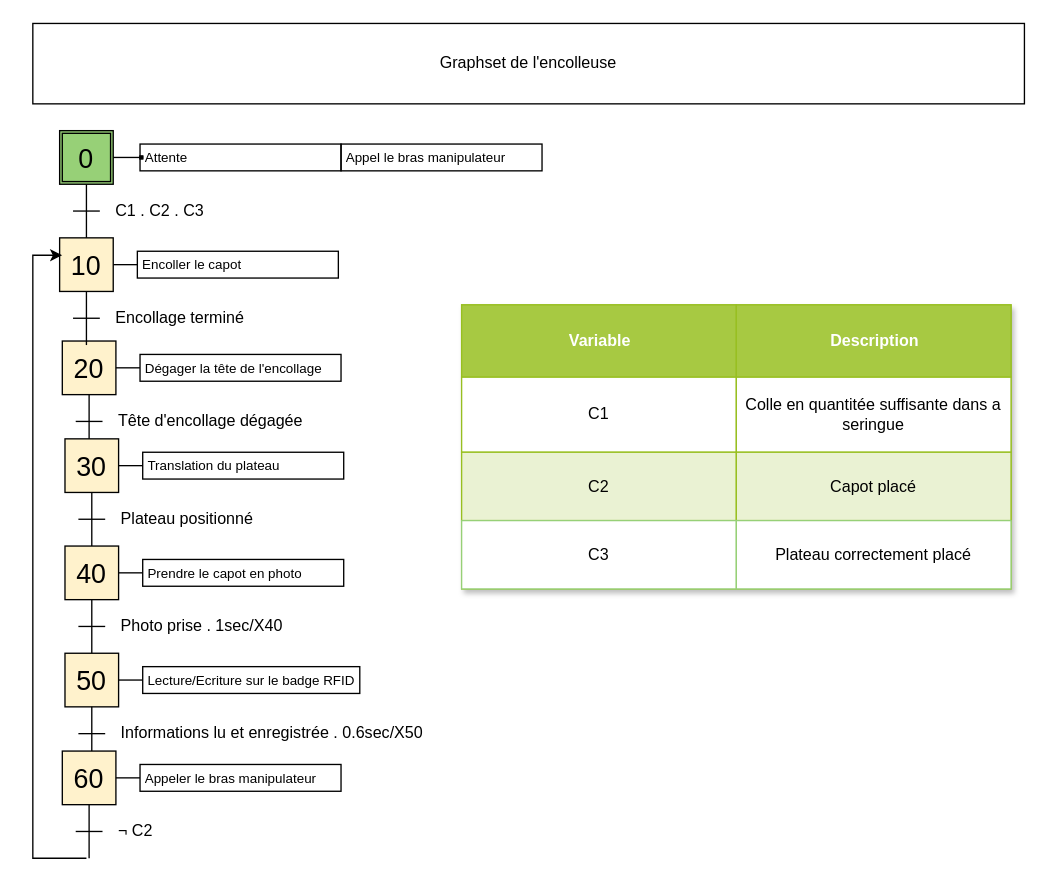
Before: PDCA5 (AUTOMATISATION-ERGONOMIE)/GRAFCET/GrafcetEncolleuse.drawio in CharifMah/Systemes_automatises, a draw.io diagram. Source tidied: cells renumbered, new cells numbered last; positions are measured from the earlier drawing's top-left corner, leaving out a move shared by most shapes. Both pictures are drawn from the tidied source at 134%, with x=0, y=0 at pixel (32, 23).
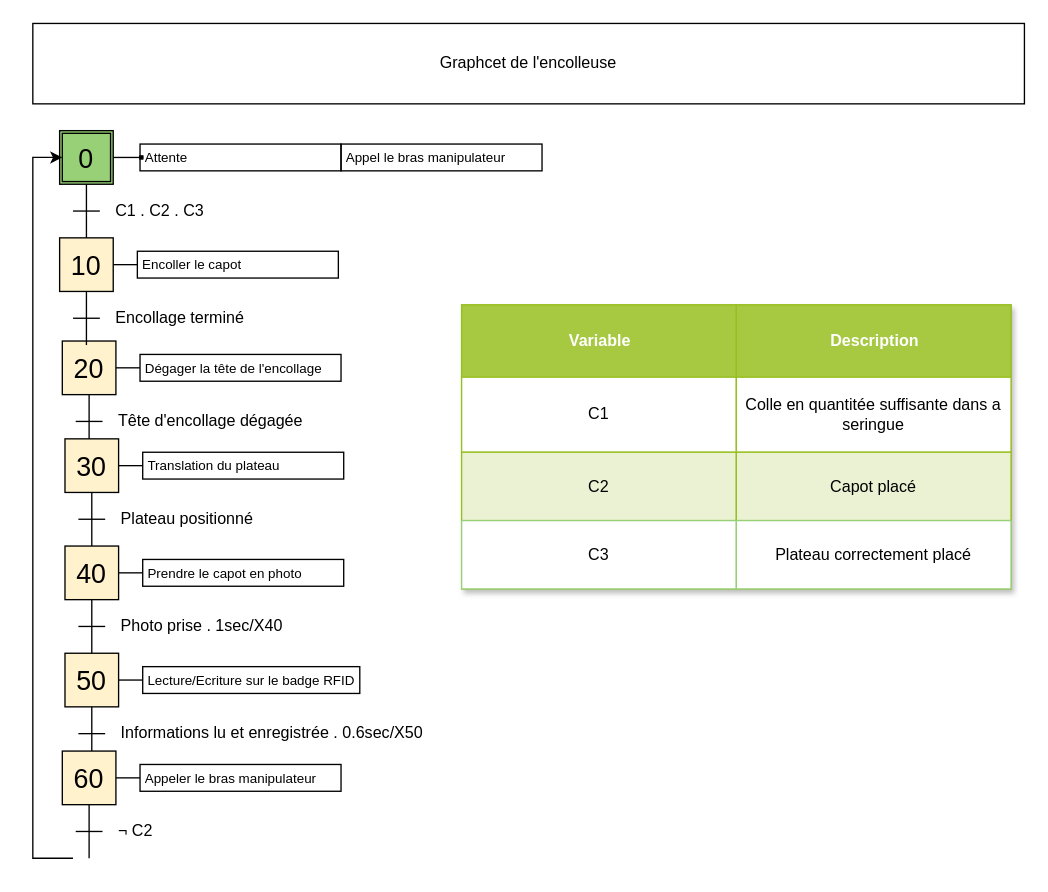
The same diagram, later.

Commit message:
Mettre à jour GrafcetEncolleuse.drawio

Unchanged cells that the change refers to:
```xml
<mxCell id="19" value="0" style="rounded=0;whiteSpace=wrap;html=1;fontSize=20;align=center;gradientColor=#97d077;fillColor=none;imageWidth=20;imageHeight=20;" parent="17" vertex="1">
  <mxGeometry x="2" y="2" width="36" height="36" as="geometry" />
</mxCell>
```

Diff of the diagram source:
```diff
@@
-    <mxCell id="43" style="edgeStyle=orthogonalEdgeStyle;rounded=0;orthogonalLoop=1;jettySize=auto;html=1;entryX=0;entryY=0.5;entryDx=0;entryDy=0;" parent="1" edge="1">
+    <mxCell id="43" style="edgeStyle=orthogonalEdgeStyle;rounded=0;jettySize=auto;html=1;entryX=0;entryY=0.5;entryDx=0;entryDy=0;" parent="1" edge="1" target="19">
       <mxGeometry relative="1" as="geometry">
         <mxPoint x="30" y="623" as="sourcePoint" />
-        <mxPoint x="21.9" y="173" as="targetPoint" />
         <Array as="points">
-          <mxPoint x="40" y="623" />
           <mxPoint y="623" />
-          <mxPoint y="173" />
+          <mxPoint y="100" />
         </Array>
       </mxGeometry>
     </mxCell>
-    <mxCell id="44" value="Graphset de l'encolleuse" style="rounded=0;whiteSpace=wrap;html=1;" parent="1" vertex="1">
+    <mxCell id="44" value="Graphcet de l'encolleuse" style="rounded=0;whiteSpace=wrap;html=1;" parent="1" vertex="1">
       <mxGeometry width="740" height="60" as="geometry" />
     </mxCell>
```
